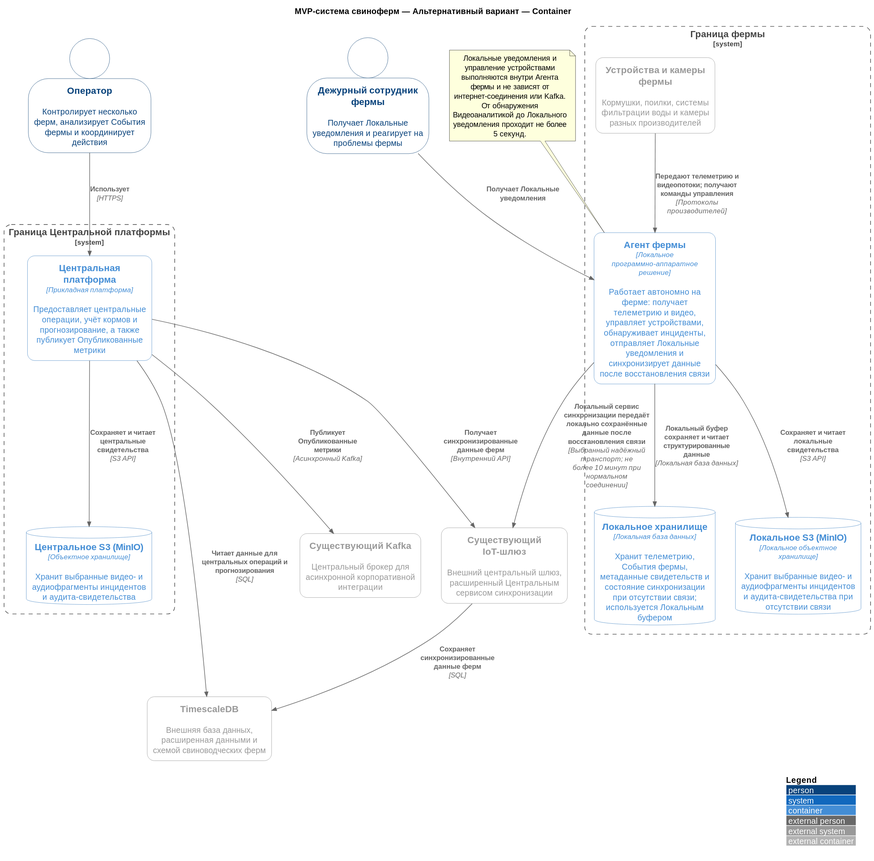
Before: Task2/svg/02-02-alternative.c4.container.svg, a diagram exported from PlantUML (vs-ya-practicum/01-MSA-AgroTech).
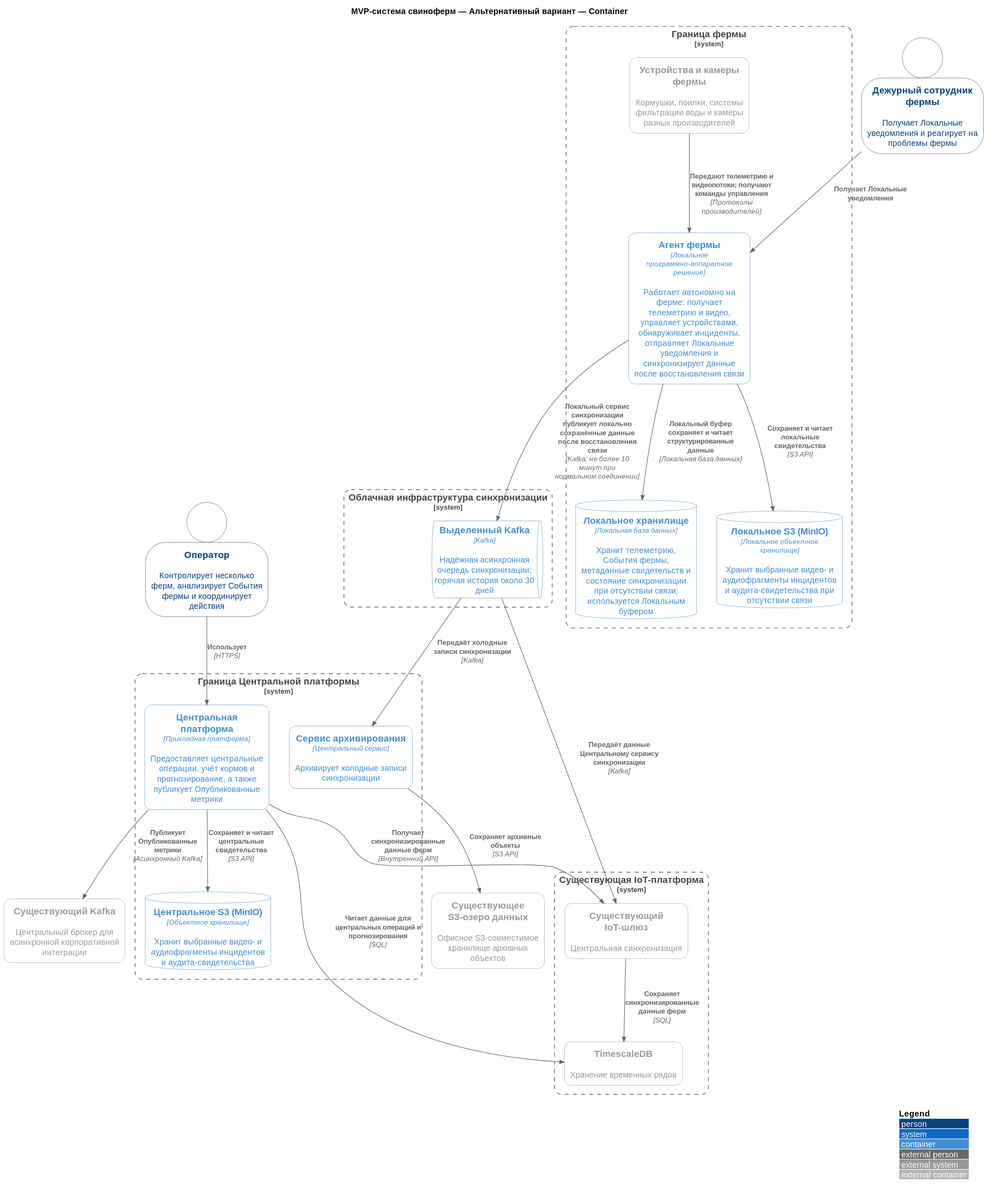
After the change.

Commit message:
[task-2] Update (docs): diagrams

Change to the diagram source:
```diff
@@ -8,11 +8,18 @@
 Person(operator, "Оператор", "Контролирует несколько ферм, анализирует События фермы и координирует действия")
 Person(farmDutyEmployee, "Дежурный сотрудник фермы", "Получает Локальные уведомления и реагирует на проблемы фермы")
 System_Ext(existingKafka, "Существующий Kafka", "Центральный брокер для асинхронной корпоративной интеграции")
-System_Ext(existingIotGateway, "Существующий IoT-шлюз", "Внешний центральный шлюз, расширенный Центральным сервисом синхронизации")
-System_Ext(timescaleDb, "TimescaleDB", "Внешняя база данных, расширенная данными и схемой свиноводческих ферм")
+System_Ext(existingS3DataLake, "Существующее S3-озеро данных", "Офисное S3-совместимое хранилище архивных объектов")
+System_Boundary(existingIotPlatform, "Существующая IoT-платформа") {
+    System_Ext(existingIotGateway, "Существующий IoT-шлюз", "Центральная синхронизация")
+    System_Ext(timescaleDb, "TimescaleDB", "Хранение временных рядов")
+}
+System_Boundary(syncInfrastructure, "Облачная инфраструктура синхронизации") {
+    ContainerQueue(dedicatedKafka, "Выделенный Kafka", "Kafka", "Надёжная асинхронная очередь синхронизации; горячая история около 30 дней")
+}
 
 System_Boundary(centralPlatformBoundary, "Граница Центральной платформы") {
     Container(centralPlatform, "Центральная платформа", "Прикладная платформа", "Предоставляет центральные операции, учёт кормов и прогнозирование, а также публикует Опубликованные метрики")
+    Container(archiverService, "Сервис архивирования", "Центральный сервис", "Архивирует холодные записи синхронизации")
     ContainerDb(centralS3, "Центральное S3 (MinIO)", "Объектное хранилище", "Хранит выбранные видео- и аудиофрагменты инцидентов и аудита-свидетельства")
 }
 
@@ -26,7 +33,10 @@
 Rel(operator, centralPlatform, "Использует", "HTTPS")
 Rel(farmDutyEmployee, farmAgent, "Получает Локальные уведомления")
 Rel(farmDevices, farmAgent, "Передают телеметрию и видеопотоки; получают команды управления", "Протоколы производителей")
-Rel(farmAgent, existingIotGateway, "Локальный сервис синхронизации передаёт локально сохранённые данные после восстановления связи", "Выбранный надёжный транспорт; не более 10 минут при нормальном соединении")
+Rel(farmAgent, dedicatedKafka, "Локальный сервис синхронизации публикует локально сохранённые данные после восстановления связи", "Kafka; не более 10 минут при нормальном соединении")
+Rel(dedicatedKafka, existingIotGateway, "Передаёт данные Центральному сервису синхронизации", "Kafka")
+Rel(dedicatedKafka, archiverService, "Передаёт холодные записи синхронизации", "Kafka")
+Rel(archiverService, existingS3DataLake, "Сохраняет архивные объекты", "S3 API")
 Rel(existingIotGateway, timescaleDb, "Сохраняет синхронизированные данные ферм", "SQL")
 Rel(centralPlatform, existingIotGateway, "Получает синхронизированные данные ферм", "Внутренний API")
 Rel(centralPlatform, timescaleDb, "Читает данные для центральных операций и прогнозирования", "SQL")
@@ -34,7 +44,4 @@
 Rel(farmAgent, localStorage, "Локальный буфер сохраняет и читает структурированные данные", "Локальная база данных")
 Rel(farmAgent, localS3, "Сохраняет и читает локальные свидетельства", "S3 API")
 Rel(centralPlatform, existingKafka, "Публикует Опубликованные метрики", "Асинхронный Kafka")
-
-note "Локальные уведомления и управление устройствами выполняются внутри Агента фермы и не зависят от интернет-соединения или Kafka.\nОт обнаружения Видеоаналитикой до Локального уведомления проходит не более 5 секунд." as n1
-n1 .. farmAgent
 @enduml
```
